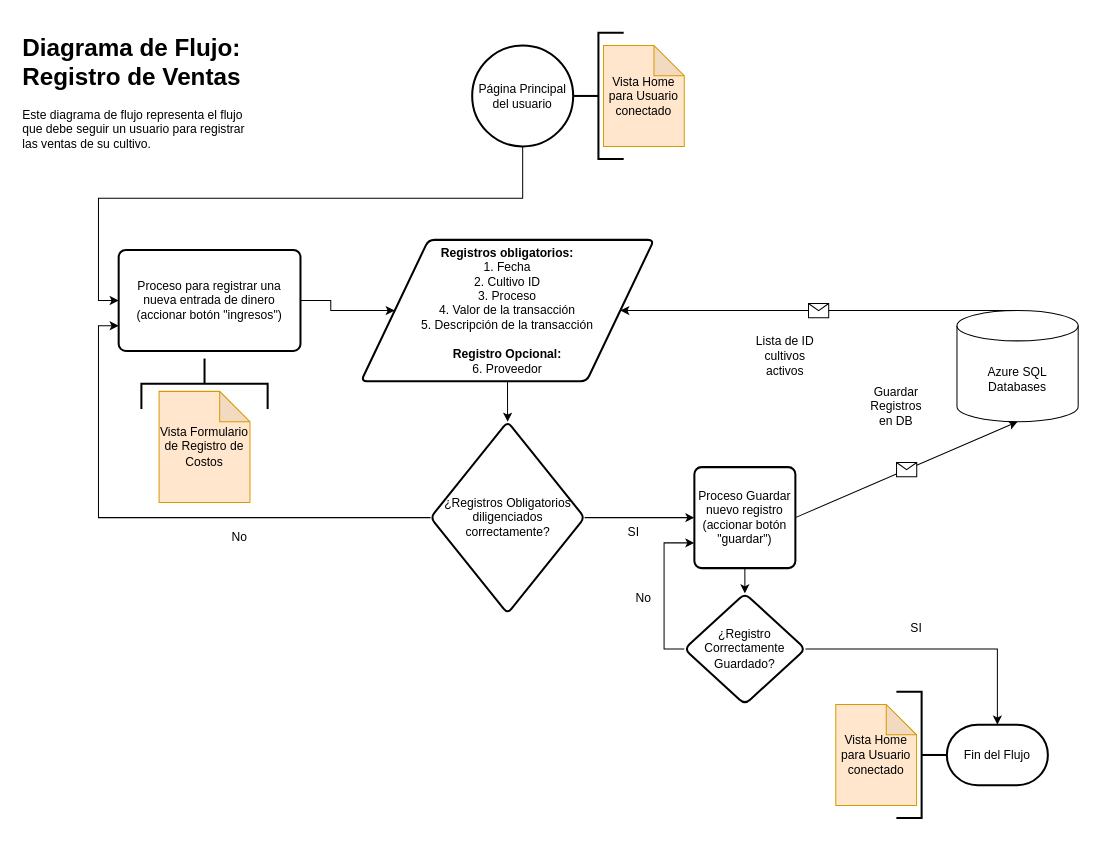
Earlier version of the draw.io diagram page "Income Records" (3 of 3) of flowchart.drawio (Waldemar77/PapAppCost_FlowChart). Source tidied: cells renumbered, new cells numbered last; positions are measured from the earlier drawing's top-left corner, leaving out a move shared by most shapes. Both pictures are drawn from the tidied source at 101%, with x=0, y=0 at pixel (17, 27).
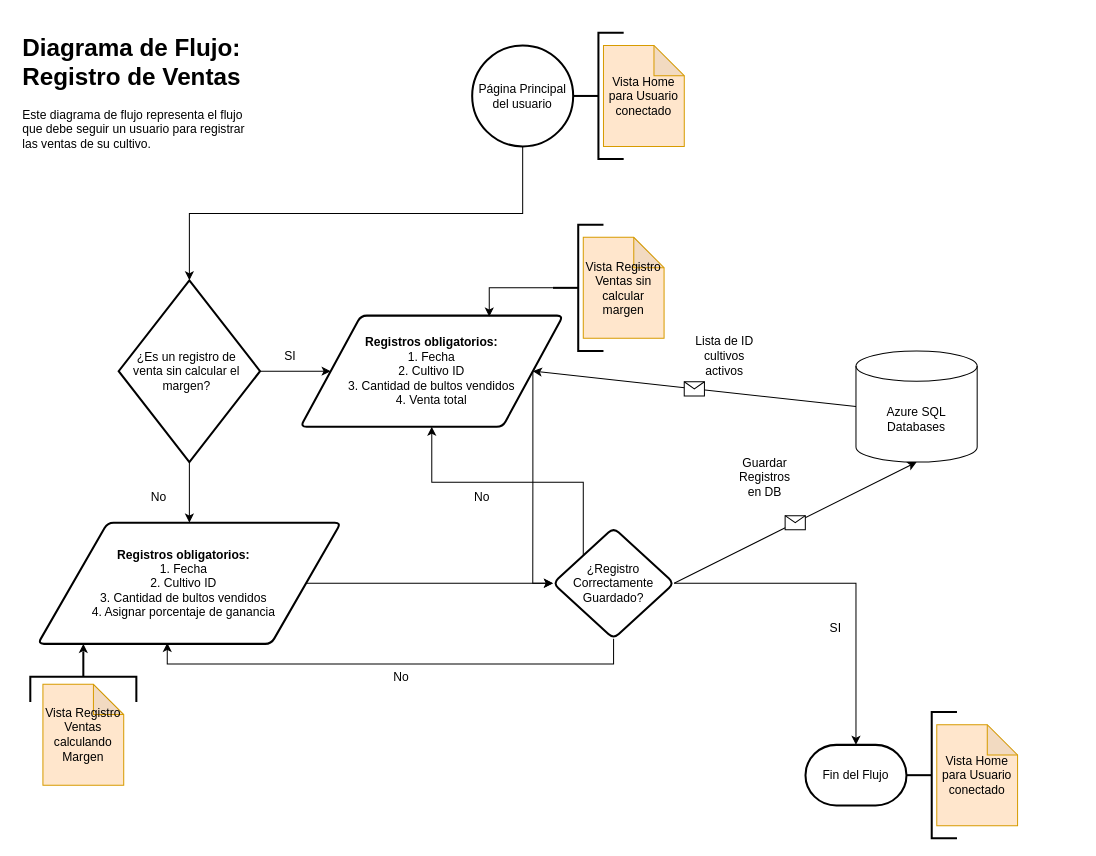
The same diagram, later.

Unchanged cells that the change refers to:
```xml
<mxCell id="3" value="Página Principal del usuario" style="strokeWidth=2;html=1;shape=mxgraph.flowchart.start_2;whiteSpace=wrap;" parent="1" vertex="1">
  <mxGeometry x="450" y="17.5" width="100" height="100" as="geometry" />
</mxCell>
```

The edit, as a diff of the source:
```diff
@@
-    <mxCell id="2" style="edgeStyle=orthogonalEdgeStyle;rounded=0;jettySize=auto;html=1;exitX=0.5;exitY=1;exitDx=0;exitDy=0;exitPerimeter=0;entryX=0;entryY=0.5;entryDx=0;entryDy=0;" parent="1" edge="1" source="3" target="8">
+    <mxCell id="2" style="edgeStyle=orthogonalEdgeStyle;rounded=0;jettySize=auto;html=1;exitX=0.5;exitY=1;exitDx=0;exitDy=0;exitPerimeter=0;" parent="1" edge="1" source="3" target="40">
       <mxGeometry relative="1" as="geometry" />
     </mxCell>
@@
-    <mxCell id="7" style="edgeStyle=orthogonalEdgeStyle;rounded=0;jettySize=auto;html=1;exitX=1;exitY=0.5;exitDx=0;exitDy=0;entryX=0;entryY=0.5;entryDx=0;entryDy=0;" parent="1" edge="1" source="8" target="12">
-      <mxGeometry relative="1" as="geometry" />
-    </mxCell>
-    <mxCell id="8" value="Proceso para registrar una nueva entrada de dinero (accionar botón &quot;ingresos&quot;)" style="rounded=1;whiteSpace=wrap;html=1;absoluteArcSize=1;arcSize=14;strokeWidth=2;" parent="1" vertex="1">
-      <mxGeometry x="100" y="220" width="180" height="100" as="geometry" />
-    </mxCell>
-    <mxCell id="9" value="Vista Formulario de Registro de Costos" style="shape=note;whiteSpace=wrap;html=1;backgroundOutline=1;darkOpacity=0.05;fillColor=#ffe6cc;strokeColor=#d79b00;" parent="1" vertex="1">
-      <mxGeometry x="140" y="360" width="90" height="110" as="geometry" />
-    </mxCell>
-    <mxCell id="10" style="strokeWidth=2;html=1;shape=mxgraph.flowchart.annotation_2;align=left;labelPosition=right;rotation=90;" parent="1" vertex="1">
-      <mxGeometry x="160" y="290" width="50" height="125" as="geometry" />
-    </mxCell>
-    <mxCell id="11" style="edgeStyle=orthogonalEdgeStyle;rounded=0;jettySize=auto;html=1;" parent="1" edge="1" source="12" target="15">
-      <mxGeometry relative="1" as="geometry" />
-    </mxCell>
+    <mxCell id="35" style="edgeStyle=orthogonalEdgeStyle;rounded=0;jettySize=auto;html=1;exitX=1;exitY=0.5;exitDx=0;exitDy=0;entryX=0;entryY=0.5;entryDx=0;entryDy=0;" parent="1" edge="1" source="12" target="27">
+      <mxGeometry relative="1" as="geometry" />
+    </mxCell>
-    <mxCell id="12" value="&lt;b&gt;Registros obligatorios:&lt;/b&gt;&lt;br&gt;1. Fecha&lt;br&gt;2. Cultivo ID&lt;br&gt;3. Proceso&lt;br&gt;4. Valor de la transacción&lt;br&gt;5. Descripción de la transacción&lt;br&gt;&lt;br&gt;&lt;b&gt;Registro Opcional:&lt;/b&gt;&lt;br&gt;6. Proveedor" style="shape=parallelogram;html=1;strokeWidth=2;perimeter=parallelogramPerimeter;whiteSpace=wrap;rounded=1;arcSize=12;size=0.23;" parent="1" vertex="1">
-      <mxGeometry x="340" y="210" width="290" height="140" as="geometry" />
+    <mxCell id="12" value="&lt;b&gt;Registros obligatorios:&lt;/b&gt;&lt;br&gt;1. Fecha&lt;br&gt;2. Cultivo ID&lt;br&gt;3. Cantidad de bultos vendidos&lt;br&gt;4. Venta total" style="shape=parallelogram;html=1;strokeWidth=2;perimeter=parallelogramPerimeter;whiteSpace=wrap;rounded=1;arcSize=12;size=0.23;align=center;" parent="1" vertex="1">
+      <mxGeometry x="280" y="285" width="260" height="110" as="geometry" />
     </mxCell>
-    <mxCell id="13" style="edgeStyle=orthogonalEdgeStyle;rounded=0;jettySize=auto;html=1;exitX=0;exitY=0.5;exitDx=0;exitDy=0;entryX=0;entryY=0.75;entryDx=0;entryDy=0;" parent="1" edge="1" source="15" target="8">
-      <mxGeometry relative="1" as="geometry" />
-    </mxCell>
-    <mxCell id="14" style="edgeStyle=orthogonalEdgeStyle;rounded=0;jettySize=auto;html=1;exitX=1;exitY=0.5;exitDx=0;exitDy=0;entryX=0;entryY=0.5;entryDx=0;entryDy=0;" parent="1" edge="1" source="15" target="24">
-      <mxGeometry relative="1" as="geometry" />
-    </mxCell>
-    <mxCell id="15" value="¿Registros Obligatorios diligenciados correctamente?" style="rhombus;whiteSpace=wrap;html=1;strokeWidth=2;rounded=1;arcSize=12;" parent="1" vertex="1">
-      <mxGeometry x="408.8" y="390" width="152.5" height="190" as="geometry" />
-    </mxCell>
-    <mxCell id="16" value="No" style="text;html=1;strokeColor=none;fillColor=none;align=center;verticalAlign=middle;whiteSpace=wrap;rounded=0;" parent="1" vertex="1">
-      <mxGeometry x="190" y="490" width="60" height="30" as="geometry" />
-    </mxCell>
-    <mxCell id="17" value="SI" style="text;html=1;strokeColor=none;fillColor=none;align=center;verticalAlign=middle;whiteSpace=wrap;rounded=0;" parent="1" vertex="1">
-      <mxGeometry x="580" y="485" width="60" height="30" as="geometry" />
-    </mxCell>
     <mxCell id="18" value="Azure SQL Databases" style="shape=cylinder3;whiteSpace=wrap;html=1;boundedLbl=1;backgroundOutline=1;size=15;" parent="1" vertex="1">
-      <mxGeometry x="930" y="280" width="120" height="110" as="geometry" />
+      <mxGeometry x="830" y="320" width="120" height="110" as="geometry" />
     </mxCell>
     <mxCell id="19" value="Fin del Flujo" style="strokeWidth=2;html=1;shape=mxgraph.flowchart.terminator;whiteSpace=wrap;" parent="1" vertex="1">
-      <mxGeometry x="920" y="690" width="100" height="60" as="geometry" />
+      <mxGeometry x="780" y="710" width="100" height="60" as="geometry" />
     </mxCell>
     <mxCell id="20" value="Lista de ID cultivos activos" style="text;html=1;strokeColor=none;fillColor=none;align=center;verticalAlign=middle;whiteSpace=wrap;rounded=0;" parent="1" vertex="1">
-      <mxGeometry x="730" y="310" width="60" height="30" as="geometry" />
+      <mxGeometry x="670" y="310" width="60" height="30" as="geometry" />
     </mxCell>
-    <mxCell id="21" style="endArrow=classic;html=1;rounded=0;exitX=0.5;exitY=0;exitDx=0;exitDy=0;exitPerimeter=0;entryX=1;entryY=0.5;entryDx=0;entryDy=0;" parent="1" edge="1" source="18" target="12">
+    <mxCell id="21" style="endArrow=classic;html=1;rounded=0;entryX=0.5;entryY=1;entryDx=0;entryDy=0;entryPerimeter=0;exitX=1;exitY=0.5;exitDx=0;exitDy=0;" parent="1" edge="1" source="27" target="18">
       <mxGeometry relative="1" as="geometry" />
     </mxCell>
@@
-    <mxCell id="23" style="edgeStyle=orthogonalEdgeStyle;rounded=0;jettySize=auto;html=1;" parent="1" edge="1" source="24" target="27">
-      <mxGeometry relative="1" as="geometry" />
-    </mxCell>
-    <mxCell id="24" value="Proceso Guardar nuevo registro (accionar botón &quot;guardar&quot;)" style="rounded=1;whiteSpace=wrap;html=1;absoluteArcSize=1;arcSize=14;strokeWidth=2;" parent="1" vertex="1">
-      <mxGeometry x="670" y="435" width="100" height="100" as="geometry" />
-    </mxCell>
-    <mxCell id="25" style="edgeStyle=orthogonalEdgeStyle;rounded=0;jettySize=auto;html=1;exitX=0;exitY=0.5;exitDx=0;exitDy=0;entryX=0;entryY=0.75;entryDx=0;entryDy=0;" parent="1" edge="1" source="27" target="24">
-      <mxGeometry relative="1" as="geometry" />
-    </mxCell>
-    <mxCell id="26" style="edgeStyle=orthogonalEdgeStyle;rounded=0;jettySize=auto;html=1;exitX=1;exitY=0.5;exitDx=0;exitDy=0;entryX=0.5;entryY=0;entryDx=0;entryDy=0;entryPerimeter=0;" parent="1" edge="1" source="27" target="19">
+    <mxCell id="26" style="edgeStyle=orthogonalEdgeStyle;rounded=0;jettySize=auto;html=1;entryX=0.5;entryY=0;entryDx=0;entryDy=0;entryPerimeter=0;exitX=1;exitY=0.5;exitDx=0;exitDy=0;" parent="1" edge="1" source="27" target="19">
       <mxGeometry relative="1" as="geometry" />
     </mxCell>
+    <mxCell id="36" style="edgeStyle=orthogonalEdgeStyle;rounded=0;jettySize=auto;html=1;exitX=0;exitY=0;exitDx=0;exitDy=0;entryX=0.5;entryY=1;entryDx=0;entryDy=0;" parent="1" edge="1" source="27" target="12">
+      <mxGeometry relative="1" as="geometry">
+        <Array as="points">
+          <mxPoint x="560" y="450" />
+          <mxPoint x="410" y="450" />
+        </Array>
+      </mxGeometry>
+    </mxCell>
+    <mxCell id="37" style="edgeStyle=orthogonalEdgeStyle;rounded=0;jettySize=auto;html=1;exitX=0.5;exitY=1;exitDx=0;exitDy=0;entryX=0.427;entryY=0.992;entryDx=0;entryDy=0;entryPerimeter=0;" parent="1" edge="1" source="27" target="44">
+      <mxGeometry relative="1" as="geometry" />
+    </mxCell>
     <mxCell id="27" value="¿Registro Correctamente Guardado?" style="rhombus;whiteSpace=wrap;html=1;rounded=1;arcSize=14;strokeWidth=2;" parent="1" vertex="1">
-      <mxGeometry x="660" y="560" width="120" height="110" as="geometry" />
+      <mxGeometry x="530" y="495" width="120" height="110" as="geometry" />
     </mxCell>
-    <mxCell id="28" style="endArrow=classic;html=1;rounded=0;exitX=1;exitY=0.5;exitDx=0;exitDy=0;entryX=0.5;entryY=1;entryDx=0;entryDy=0;entryPerimeter=0;" parent="1" edge="1" source="24" target="18">
-      <mxGeometry relative="1" as="geometry" />
-    </mxCell>
-    <mxCell id="29" style="shape=message;html=1;" parent="28" vertex="1">
-      <mxGeometry width="20" height="14" relative="1" as="geometry">
-        <mxPoint x="-10" y="-7" as="offset" />
-      </mxGeometry>
-    </mxCell>
     <mxCell id="30" value="Guardar Registros en DB" style="text;html=1;strokeColor=none;fillColor=none;align=center;verticalAlign=middle;whiteSpace=wrap;rounded=0;" parent="1" vertex="1">
-      <mxGeometry x="840" y="360" width="60" height="30" as="geometry" />
+      <mxGeometry x="710" y="430" width="60" height="30" as="geometry" />
     </mxCell>
     <mxCell id="31" value="SI" style="text;html=1;strokeColor=none;fillColor=none;align=center;verticalAlign=middle;whiteSpace=wrap;rounded=0;" parent="1" vertex="1">
-      <mxGeometry x="860" y="580" width="60" height="30" as="geometry" />
+      <mxGeometry x="780" y="580" width="60" height="30" as="geometry" />
     </mxCell>
     <mxCell id="32" value="Vista Home para Usuario conectado" style="shape=note;whiteSpace=wrap;html=1;backgroundOutline=1;darkOpacity=0.05;fillColor=#ffe6cc;strokeColor=#d79b00;" parent="1" vertex="1">
-      <mxGeometry x="810" y="670" width="80" height="100" as="geometry" />
+      <mxGeometry x="910" y="690" width="80" height="100" as="geometry" />
     </mxCell>
-    <mxCell id="33" style="strokeWidth=2;html=1;shape=mxgraph.flowchart.annotation_2;align=left;labelPosition=right;rotation=-180;" parent="1" vertex="1">
-      <mxGeometry x="870" y="657.5" width="50" height="125" as="geometry" />
+    <mxCell id="33" style="strokeWidth=2;html=1;shape=mxgraph.flowchart.annotation_2;align=left;labelPosition=right;rotation=0;" parent="1" vertex="1">
+      <mxGeometry x="880" y="677.5" width="50" height="125" as="geometry" />
     </mxCell>
-    <mxCell id="34" value="No" style="text;html=1;strokeColor=none;fillColor=none;align=center;verticalAlign=middle;whiteSpace=wrap;rounded=0;" parent="1" vertex="1">
-      <mxGeometry x="590" y="550" width="60" height="30" as="geometry" />
-    </mxCell>
+    <mxCell id="38" style="edgeStyle=orthogonalEdgeStyle;rounded=0;jettySize=auto;html=1;exitX=1;exitY=0.5;exitDx=0;exitDy=0;exitPerimeter=0;entryX=0;entryY=0.5;entryDx=0;entryDy=0;" parent="1" edge="1" source="40" target="12">
+      <mxGeometry relative="1" as="geometry" />
+    </mxCell>
+    <mxCell id="39" style="edgeStyle=orthogonalEdgeStyle;rounded=0;jettySize=auto;html=1;exitX=0.5;exitY=1;exitDx=0;exitDy=0;exitPerimeter=0;entryX=0.5;entryY=0;entryDx=0;entryDy=0;" parent="1" edge="1" source="40" target="44">
+      <mxGeometry relative="1" as="geometry" />
+    </mxCell>
+    <mxCell id="40" value="¿Es un registro de venta sin calcular el margen?" style="strokeWidth=2;html=1;shape=mxgraph.flowchart.decision;whiteSpace=wrap;gradientColor=none;fillColor=default;spacingTop=0;spacingLeft=5;spacingRight=10;" parent="1" vertex="1">
+      <mxGeometry x="100" y="250" width="140" height="180" as="geometry" />
+    </mxCell>
+    <mxCell id="17" value="SI" style="text;html=1;strokeColor=none;fillColor=none;align=center;verticalAlign=middle;whiteSpace=wrap;rounded=0;" parent="1" vertex="1">
+      <mxGeometry x="240" y="310" width="60" height="30" as="geometry" />
+    </mxCell>
+    <mxCell id="41" style="endArrow=classic;html=1;rounded=0;entryX=1;entryY=0.5;entryDx=0;entryDy=0;exitX=0;exitY=0.5;exitDx=0;exitDy=0;exitPerimeter=0;" parent="1" edge="1" source="18" target="12">
+      <mxGeometry relative="1" as="geometry" />
+    </mxCell>
+    <mxCell id="42" style="shape=message;html=1;" parent="41" vertex="1">
+      <mxGeometry width="20" height="14" relative="1" as="geometry">
+        <mxPoint x="-10" y="-7" as="offset" />
+      </mxGeometry>
+    </mxCell>
+    <mxCell id="43" style="edgeStyle=orthogonalEdgeStyle;rounded=0;jettySize=auto;html=1;exitX=1;exitY=0.5;exitDx=0;exitDy=0;entryX=0;entryY=0.5;entryDx=0;entryDy=0;" parent="1" edge="1" source="44" target="27">
+      <mxGeometry relative="1" as="geometry" />
+    </mxCell>
+    <mxCell id="44" value="&lt;b&gt;Registros obligatorios:&lt;/b&gt;&lt;br&gt;1. Fecha&lt;br&gt;2. Cultivo ID&lt;br&gt;3. Cantidad de bultos vendidos&lt;br&gt;4. Asignar porcentaje de ganancia" style="shape=parallelogram;html=1;strokeWidth=2;perimeter=parallelogramPerimeter;whiteSpace=wrap;rounded=1;arcSize=12;size=0.23;spacingRight=11;" parent="1" vertex="1">
+      <mxGeometry x="20" y="490" width="300" height="120" as="geometry" />
+    </mxCell>
+    <mxCell id="45" value="No" style="text;html=1;strokeColor=none;fillColor=none;align=center;verticalAlign=middle;whiteSpace=wrap;rounded=0;" parent="1" vertex="1">
+      <mxGeometry x="110" y="450" width="60" height="30" as="geometry" />
+    </mxCell>
+    <mxCell id="46" value="No" style="text;html=1;strokeColor=none;fillColor=none;align=center;verticalAlign=middle;whiteSpace=wrap;rounded=0;" parent="1" vertex="1">
+      <mxGeometry x="350" y="627.5" width="60" height="30" as="geometry" />
+    </mxCell>
+    <mxCell id="47" value="No" style="text;html=1;strokeColor=none;fillColor=none;align=center;verticalAlign=middle;whiteSpace=wrap;rounded=0;" parent="1" vertex="1">
+      <mxGeometry x="430" y="450" width="60" height="30" as="geometry" />
+    </mxCell>
+    <mxCell id="48" value="Vista Registro Ventas calculando Margen" style="shape=note;whiteSpace=wrap;html=1;backgroundOutline=1;darkOpacity=0.05;fillColor=#ffe6cc;strokeColor=#d79b00;" parent="1" vertex="1">
+      <mxGeometry x="25" y="650" width="80" height="100" as="geometry" />
+    </mxCell>
+    <mxCell id="49" style="edgeStyle=orthogonalEdgeStyle;rounded=0;jettySize=auto;html=1;exitX=0;exitY=0.5;exitDx=0;exitDy=0;exitPerimeter=0;entryX=0.15;entryY=1;entryDx=0;entryDy=0;entryPerimeter=0;" parent="1" edge="1" source="50" target="44">
+      <mxGeometry relative="1" as="geometry" />
+    </mxCell>
+    <mxCell id="50" style="strokeWidth=2;html=1;shape=mxgraph.flowchart.annotation_2;align=left;labelPosition=right;rotation=90;" parent="1" vertex="1">
+      <mxGeometry x="40" y="590" width="50" height="105" as="geometry" />
+    </mxCell>
+    <mxCell id="51" value="Vista Registro Ventas sin calcular margen" style="shape=note;whiteSpace=wrap;html=1;backgroundOutline=1;darkOpacity=0.05;fillColor=#ffe6cc;strokeColor=#d79b00;" parent="1" vertex="1">
+      <mxGeometry x="560" y="207.5" width="80" height="100" as="geometry" />
+    </mxCell>
+    <mxCell id="52" style="edgeStyle=orthogonalEdgeStyle;rounded=0;jettySize=auto;html=1;exitX=0;exitY=0.5;exitDx=0;exitDy=0;exitPerimeter=0;entryX=0.719;entryY=0.009;entryDx=0;entryDy=0;entryPerimeter=0;" parent="1" edge="1" source="53" target="12">
+      <mxGeometry relative="1" as="geometry" />
+    </mxCell>
+    <mxCell id="53" style="strokeWidth=2;html=1;shape=mxgraph.flowchart.annotation_2;align=left;labelPosition=right;rotation=0;" parent="1" vertex="1">
+      <mxGeometry x="530" y="195" width="50" height="125" as="geometry" />
+    </mxCell>
```
